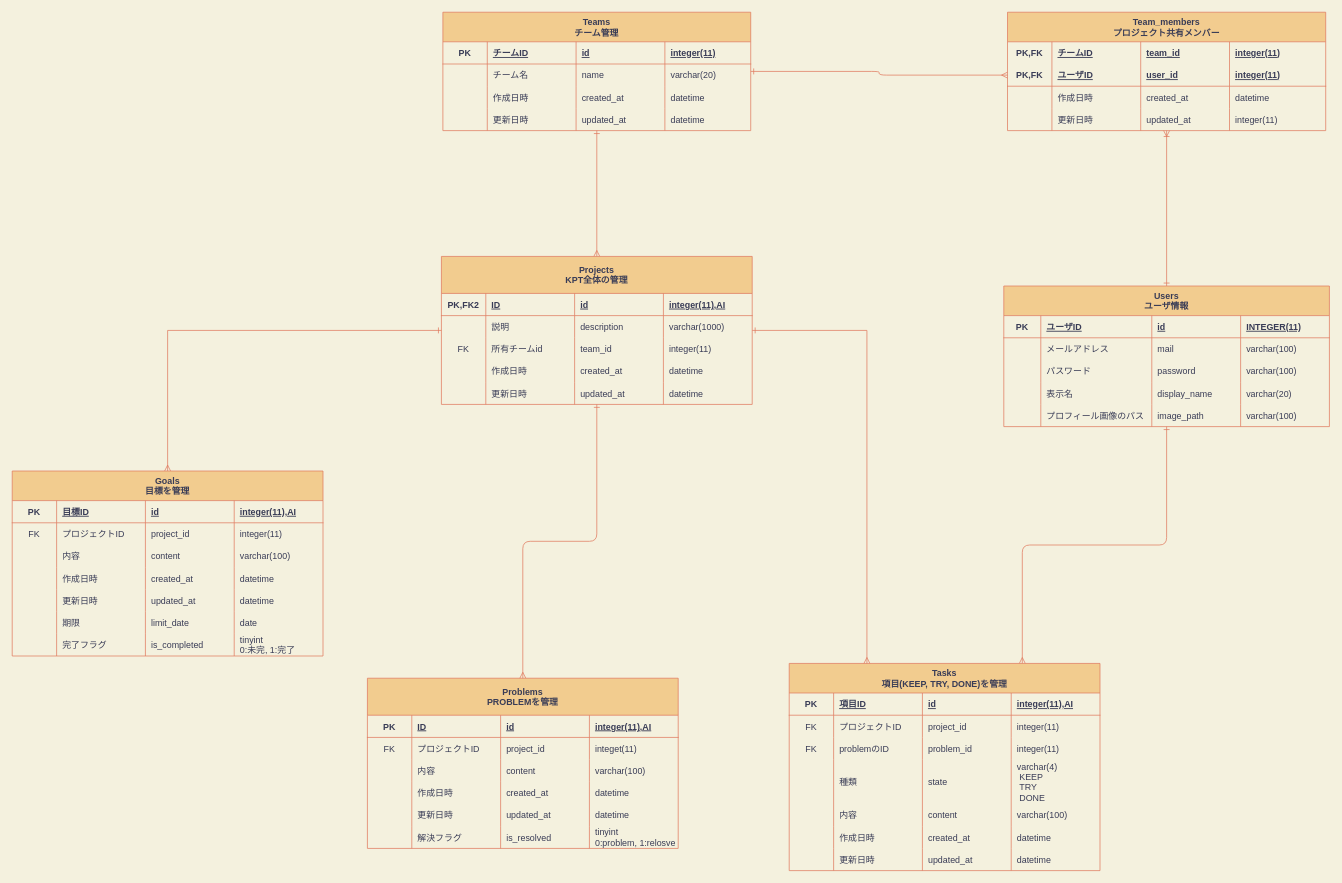
The draw.io diagram database_er_diagram.drawio in nanas773/kpt-design, before the edit. Source tidied: cells renumbered, new cells numbered last; positions are measured from the earlier drawing's top-left corner, leaving out a move shared by most shapes. Both pictures are drawn from the tidied source at 74%, with x=0, y=0 at pixel (12, 12).
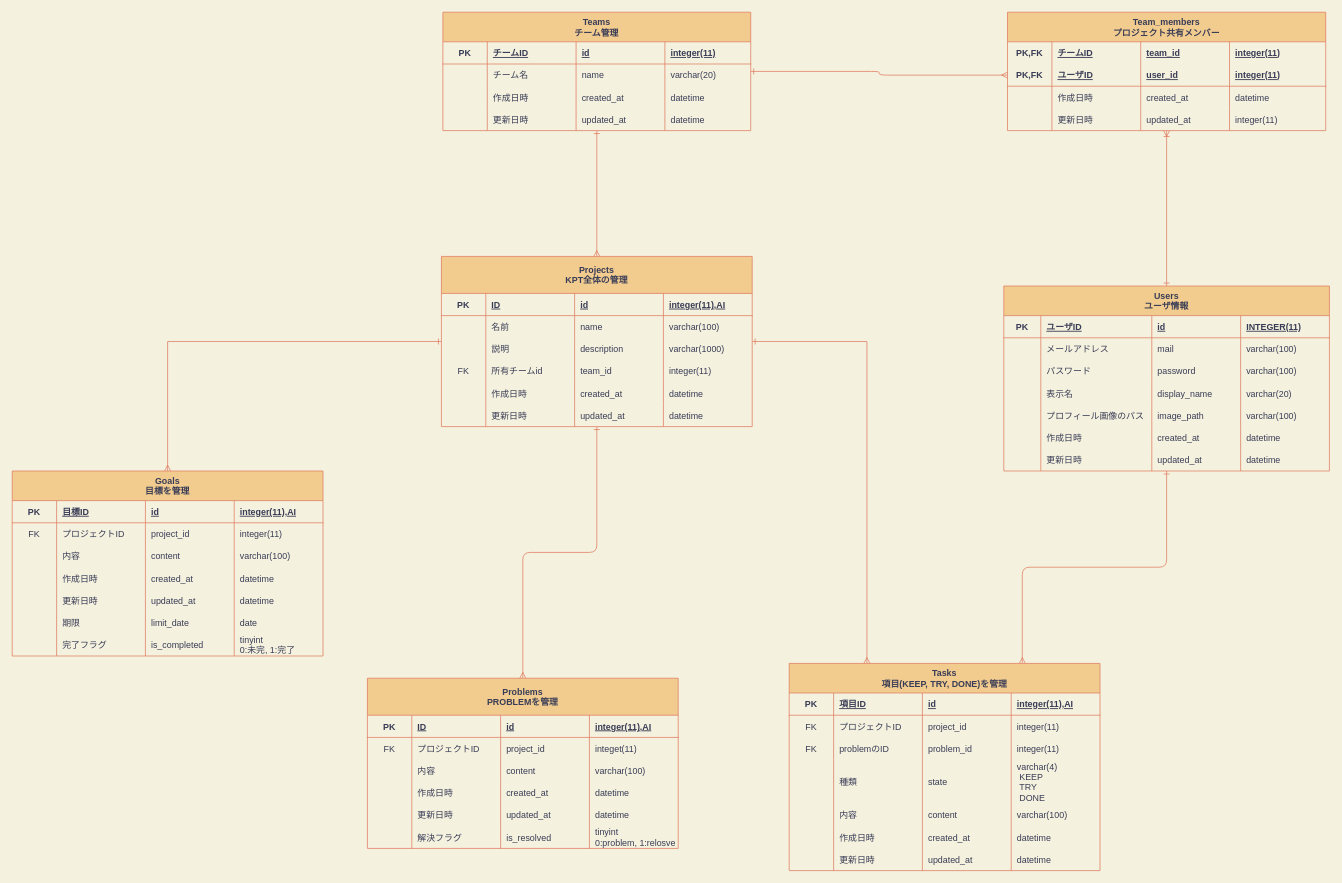
After the change.

Commit message:
Fix: Projectsテーブルにnameカラム追加、整理

The change refers to these unchanged cells:
```xml
<mxCell id="123" style="shape=partialRectangle;fillColor=none;top=0;left=0;bottom=1;right=0;strokeColor=#E07A5F;fontColor=#393C56;" parent="122" vertex="1">
  <mxGeometry y="50" width="420" height="30" as="geometry" />
</mxCell>
<mxCell id="128" style="shape=partialRectangle;fillColor=none;top=0;left=0;bottom=0;right=0;strokeColor=#E07A5F;fontColor=#393C56;" parent="122" vertex="1">
  <mxGeometry y="80" width="420" height="30" as="geometry" />
</mxCell>
```

The edit, as a diff of the source:
```diff
@@
     <mxCell id="5" value="Users&#10;ユーザ情報" style="shape=table;startSize=40;childLayout=tableLayout;rowLines=0;fontStyle=1;align=center;rounded=0;sketch=0;strokeColor=#E07A5F;fillColor=#F2CC8F;fontColor=#393C56;" parent="1" vertex="1">
-      <mxGeometry x="1340" y="370" width="440" height="190" as="geometry" />
+      <mxGeometry x="1340" y="370" width="440" height="250" as="geometry" />
     </mxCell>
@@
+    <mxCell id="213" style="shape=partialRectangle;fillColor=none;top=0;left=0;bottom=0;right=0;strokeColor=#E07A5F;fontColor=#393C56;" parent="5" vertex="1">
+      <mxGeometry y="190" width="440" height="30" as="geometry" />
+    </mxCell>
+    <mxCell id="214" style="shape=partialRectangle;fillColor=none;top=0;left=0;bottom=0;right=0;overflow=hidden;strokeColor=#E07A5F;fontColor=#393C56;" parent="213" vertex="1">
+      <mxGeometry width="50" height="30" as="geometry" />
+    </mxCell>
+    <mxCell id="215" value="作成日時" style="shape=partialRectangle;fillColor=none;top=0;left=0;bottom=0;right=0;align=left;spacingLeft=6;overflow=hidden;strokeColor=#E07A5F;fontColor=#393C56;" parent="213" vertex="1">
+      <mxGeometry x="50" width="150" height="30" as="geometry" />
+    </mxCell>
+    <mxCell id="216" value="created_at" style="shape=partialRectangle;fillColor=none;top=0;left=0;bottom=0;right=0;align=left;spacingLeft=6;overflow=hidden;strokeColor=#E07A5F;fontColor=#393C56;" parent="213" vertex="1">
+      <mxGeometry x="200" width="120" height="30" as="geometry" />
+    </mxCell>
+    <mxCell id="217" value="datetime" style="shape=partialRectangle;fillColor=none;top=0;left=0;bottom=0;right=0;align=left;spacingLeft=6;overflow=hidden;strokeColor=#E07A5F;fontColor=#393C56;" parent="213" vertex="1">
+      <mxGeometry x="320" width="120" height="30" as="geometry" />
+    </mxCell>
+    <mxCell id="218" style="shape=partialRectangle;fillColor=none;top=0;left=0;bottom=0;right=0;strokeColor=#E07A5F;fontColor=#393C56;" parent="5" vertex="1">
+      <mxGeometry y="220" width="440" height="30" as="geometry" />
+    </mxCell>
+    <mxCell id="219" style="shape=partialRectangle;fillColor=none;top=0;left=0;bottom=0;right=0;overflow=hidden;strokeColor=#E07A5F;fontColor=#393C56;" parent="218" vertex="1">
+      <mxGeometry width="50" height="30" as="geometry" />
+    </mxCell>
+    <mxCell id="220" value="更新日時" style="shape=partialRectangle;fillColor=none;top=0;left=0;bottom=0;right=0;align=left;spacingLeft=6;overflow=hidden;strokeColor=#E07A5F;fontColor=#393C56;" parent="218" vertex="1">
+      <mxGeometry x="50" width="150" height="30" as="geometry" />
+    </mxCell>
+    <mxCell id="221" value="updated_at" style="shape=partialRectangle;fillColor=none;top=0;left=0;bottom=0;right=0;align=left;spacingLeft=6;overflow=hidden;strokeColor=#E07A5F;fontColor=#393C56;" parent="218" vertex="1">
+      <mxGeometry x="200" width="120" height="30" as="geometry" />
+    </mxCell>
+    <mxCell id="222" value="datetime" style="shape=partialRectangle;fillColor=none;top=0;left=0;bottom=0;right=0;align=left;spacingLeft=6;overflow=hidden;strokeColor=#E07A5F;fontColor=#393C56;" parent="218" vertex="1">
+      <mxGeometry x="320" width="120" height="30" as="geometry" />
+    </mxCell>
@@
     <mxCell id="122" value="Projects&#10;KPT全体の管理" style="shape=table;startSize=50;childLayout=tableLayout;rowLines=0;fontStyle=1;align=center;fillColor=#F2CC8F;strokeColor=#E07A5F;fontColor=#393C56;" parent="1" vertex="1">
-      <mxGeometry x="580" y="330" width="420" height="200" as="geometry" />
+      <mxGeometry x="580" y="330" width="420" height="230" as="geometry" />
     </mxCell>
@@
-    <mxCell id="124" value="PK,FK2" style="shape=partialRectangle;fillColor=none;top=0;left=0;bottom=0;right=0;fontStyle=1;overflow=hidden;strokeColor=#E07A5F;fontColor=#393C56;" parent="123" vertex="1">
+    <mxCell id="124" value="PK" style="shape=partialRectangle;fillColor=none;top=0;left=0;bottom=0;right=0;fontStyle=1;overflow=hidden;strokeColor=#E07A5F;fontColor=#393C56;" parent="123" vertex="1">
       <mxGeometry width="60" height="30" as="geometry" />
     </mxCell>
@@
-    <mxCell id="130" value="説明" style="shape=partialRectangle;fillColor=none;top=0;left=0;bottom=0;right=0;align=left;spacingLeft=6;overflow=hidden;strokeColor=#E07A5F;fontColor=#393C56;" parent="128" vertex="1">
+    <mxCell id="130" value="名前" style="shape=partialRectangle;fillColor=none;top=0;left=0;bottom=0;right=0;align=left;spacingLeft=6;overflow=hidden;strokeColor=#E07A5F;fontColor=#393C56;" parent="128" vertex="1">
       <mxGeometry x="60" width="120" height="30" as="geometry" />
     </mxCell>
-    <mxCell id="131" value="description" style="shape=partialRectangle;fillColor=none;top=0;left=0;bottom=0;right=0;align=left;spacingLeft=6;overflow=hidden;strokeColor=#E07A5F;fontColor=#393C56;" parent="128" vertex="1">
+    <mxCell id="131" value="name" style="shape=partialRectangle;fillColor=none;top=0;left=0;bottom=0;right=0;align=left;spacingLeft=6;overflow=hidden;strokeColor=#E07A5F;fontColor=#393C56;" parent="128" vertex="1">
       <mxGeometry x="180" width="120" height="30" as="geometry" />
     </mxCell>
-    <mxCell id="132" value="varchar(1000)" style="shape=partialRectangle;fillColor=none;top=0;left=0;bottom=0;right=0;align=left;spacingLeft=6;overflow=hidden;strokeColor=#E07A5F;fontColor=#393C56;" parent="128" vertex="1">
+    <mxCell id="132" value="varchar(100)" style="shape=partialRectangle;fillColor=none;top=0;left=0;bottom=0;right=0;align=left;spacingLeft=6;overflow=hidden;strokeColor=#E07A5F;fontColor=#393C56;" parent="128" vertex="1">
       <mxGeometry x="300" width="120" height="30" as="geometry" />
     </mxCell>
+    <mxCell id="223" style="shape=partialRectangle;fillColor=none;top=0;left=0;bottom=0;right=0;strokeColor=#E07A5F;fontColor=#393C56;" parent="122" vertex="1">
+      <mxGeometry y="110" width="420" height="30" as="geometry" />
+    </mxCell>
+    <mxCell id="224" style="shape=partialRectangle;fillColor=none;top=0;left=0;bottom=0;right=0;overflow=hidden;strokeColor=#E07A5F;fontColor=#393C56;" parent="223" vertex="1">
+      <mxGeometry width="60" height="30" as="geometry" />
+    </mxCell>
+    <mxCell id="225" value="説明" style="shape=partialRectangle;fillColor=none;top=0;left=0;bottom=0;right=0;align=left;spacingLeft=6;overflow=hidden;strokeColor=#E07A5F;fontColor=#393C56;" parent="223" vertex="1">
+      <mxGeometry x="60" width="120" height="30" as="geometry" />
+    </mxCell>
+    <mxCell id="226" value="description" style="shape=partialRectangle;fillColor=none;top=0;left=0;bottom=0;right=0;align=left;spacingLeft=6;overflow=hidden;strokeColor=#E07A5F;fontColor=#393C56;" parent="223" vertex="1">
+      <mxGeometry x="180" width="120" height="30" as="geometry" />
+    </mxCell>
+    <mxCell id="227" value="varchar(1000)" style="shape=partialRectangle;fillColor=none;top=0;left=0;bottom=0;right=0;align=left;spacingLeft=6;overflow=hidden;strokeColor=#E07A5F;fontColor=#393C56;" parent="223" vertex="1">
+      <mxGeometry x="300" width="120" height="30" as="geometry" />
+    </mxCell>
     <mxCell id="133" style="shape=partialRectangle;top=0;left=0;bottom=0;right=0;strokeColor=#E07A5F;fontColor=#393C56;fillColor=none;" parent="122" vertex="1">
-      <mxGeometry y="110" width="420" height="30" as="geometry" />
+      <mxGeometry y="140" width="420" height="30" as="geometry" />
     </mxCell>
@@
     <mxCell id="138" style="shape=partialRectangle;fillColor=none;top=0;left=0;bottom=0;right=0;strokeColor=#E07A5F;fontColor=#393C56;" parent="122" vertex="1">
-      <mxGeometry y="140" width="420" height="30" as="geometry" />
+      <mxGeometry y="170" width="420" height="30" as="geometry" />
     </mxCell>
@@
     <mxCell id="143" style="shape=partialRectangle;fillColor=none;top=0;left=0;bottom=0;right=0;strokeColor=#E07A5F;fontColor=#393C56;" parent="122" vertex="1">
-      <mxGeometry y="170" width="420" height="30" as="geometry" />
+      <mxGeometry y="200" width="420" height="30" as="geometry" />
     </mxCell>
```
